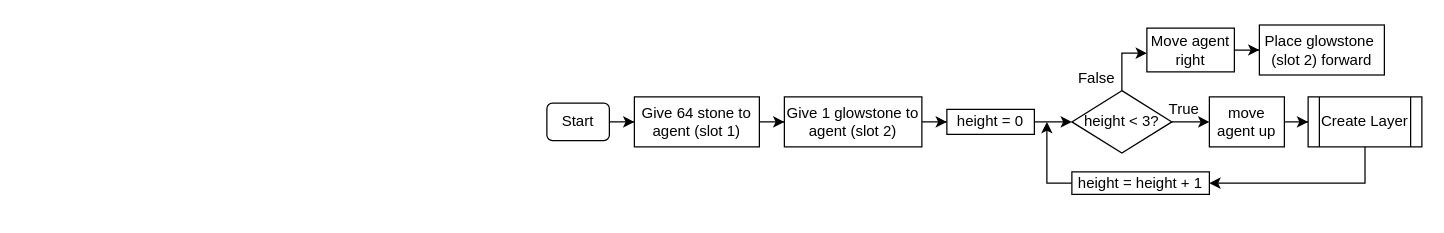
CausewayDigital/Minecraft-EE-MakeCode keeps this draw.io diagram as tutorials/python-islands/island-7/tower_builder/flowchart-landscape.drawio. Above is the earlier version. Source tidied: cells renumbered, new cells numbered last; positions are measured from the earlier drawing's top-left corner, leaving out a move shared by most shapes. Both pictures are drawn from the tidied source at 125%, with x=0, y=0 at pixel (546, 24).
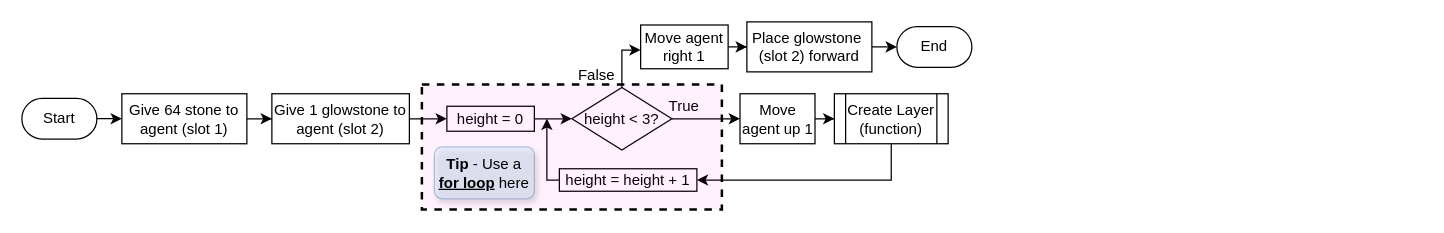
The same page after the edit.

What changed in the source:
```diff
@@
-    <mxCell id="2" style="edgeStyle=orthogonalEdgeStyle;rounded=0;jettySize=auto;html=1;" parent="1" edge="1" source="3" target="5">
-      <mxGeometry relative="1" as="geometry" />
-    </mxCell>
-    <mxCell id="3" value="Start" style="rounded=1;whiteSpace=wrap;html=1;" parent="1" vertex="1">
-      <mxGeometry y="63" width="50" height="30" as="geometry" />
-    </mxCell>
@@
     <mxCell id="5" value="Give 64 stone to agent (slot 1)" style="rounded=0;whiteSpace=wrap;html=1;" parent="1" vertex="1">
-      <mxGeometry x="70" y="58" width="100" height="40" as="geometry" />
+      <mxGeometry x="-340" y="55.5" width="100" height="40" as="geometry" />
     </mxCell>
@@
     <mxCell id="7" value="Give 1 glowstone to agent (slot 2)" style="rounded=0;whiteSpace=wrap;html=1;" parent="1" vertex="1">
-      <mxGeometry x="190" y="58" width="110" height="40" as="geometry" />
+      <mxGeometry x="-220" y="55.5" width="110" height="40" as="geometry" />
     </mxCell>
@@
     <mxCell id="9" value="height = 0" style="rounded=0;whiteSpace=wrap;html=1;" parent="1" vertex="1">
-      <mxGeometry x="320" y="68" width="70" height="20" as="geometry" />
+      <mxGeometry x="-80" y="65.5" width="70" height="20" as="geometry" />
     </mxCell>
@@
     <mxCell id="11" style="edgeStyle=orthogonalEdgeStyle;rounded=0;jettySize=auto;html=1;" parent="1" edge="1" source="12" target="20">
       <mxGeometry relative="1" as="geometry">
         <Array as="points">
-          <mxPoint x="460" y="23" />
+          <mxPoint x="60" y="20.5" />
         </Array>
       </mxGeometry>
     </mxCell>
     <mxCell id="12" value="height &amp;lt; 3?" style="rhombus;whiteSpace=wrap;html=1;" parent="1" vertex="1">
-      <mxGeometry x="420" y="53" width="80" height="50" as="geometry" />
+      <mxGeometry x="20" y="50.5" width="80" height="50" as="geometry" />
     </mxCell>
     <mxCell id="13" style="edgeStyle=orthogonalEdgeStyle;rounded=0;jettySize=auto;html=1;" parent="1" edge="1" source="14">
       <mxGeometry relative="1" as="geometry">
-        <mxPoint x="400" y="78" as="targetPoint" />
+        <mxPoint y="75.5" as="targetPoint" />
+        <Array as="points">
+          <mxPoint y="125" />
+        </Array>
       </mxGeometry>
     </mxCell>
     <mxCell id="14" value="height = height + 1" style="rounded=0;whiteSpace=wrap;html=1;" parent="1" vertex="1">
-      <mxGeometry x="420" y="118" width="110" height="18" as="geometry" />
+      <mxGeometry x="10" y="115.5" width="110" height="18" as="geometry" />
     </mxCell>
     <mxCell id="15" value="False" style="text;html=1;strokeColor=none;fillColor=none;align=center;verticalAlign=middle;whiteSpace=wrap;rounded=0;" parent="1" vertex="1">
-      <mxGeometry x="420" y="33" width="40" height="20" as="geometry" />
+      <mxGeometry x="20" y="30.5" width="40" height="20" as="geometry" />
     </mxCell>
@@
-    <mxCell id="18" value="move agent up" style="rounded=0;whiteSpace=wrap;html=1;" parent="1" vertex="1">
-      <mxGeometry x="530" y="58" width="60" height="40" as="geometry" />
+    <mxCell id="18" value="Move agent up 1" style="rounded=0;whiteSpace=wrap;html=1;" parent="1" vertex="1">
+      <mxGeometry x="154.5" y="55.5" width="60" height="40" as="geometry" />
     </mxCell>
@@
-    <mxCell id="20" value="Move agent right" style="rounded=0;whiteSpace=wrap;html=1;" parent="1" vertex="1">
-      <mxGeometry x="480" y="3" width="70" height="35" as="geometry" />
+    <mxCell id="20" value="Move agent right 1" style="rounded=0;whiteSpace=wrap;html=1;" parent="1" vertex="1">
+      <mxGeometry x="75" y="0.5" width="70" height="35" as="geometry" />
     </mxCell>
     <mxCell id="21" value="&lt;div&gt;Place glowstone&amp;nbsp;&lt;/div&gt;&lt;div&gt;(slot 2) forward&lt;/div&gt;" style="rounded=0;whiteSpace=wrap;html=1;" parent="1" vertex="1">
-      <mxGeometry x="570" y="0.5" width="100" height="40" as="geometry" />
+      <mxGeometry x="160" y="-2" width="100" height="40" as="geometry" />
     </mxCell>
     <mxCell id="22" value="True" style="text;html=1;strokeColor=none;fillColor=none;align=center;verticalAlign=middle;whiteSpace=wrap;rounded=0;" parent="1" vertex="1">
-      <mxGeometry x="490" y="58" width="40" height="20" as="geometry" />
+      <mxGeometry x="90" y="55.5" width="40" height="20" as="geometry" />
     </mxCell>
     <mxCell id="23" style="edgeStyle=orthogonalEdgeStyle;rounded=0;jettySize=auto;html=1;entryX=1;entryY=0.5;entryDx=0;entryDy=0;" parent="1" edge="1" source="24" target="14">
       <mxGeometry relative="1" as="geometry">
         <Array as="points">
-          <mxPoint x="655" y="127" />
+          <mxPoint x="276" y="125" />
         </Array>
       </mxGeometry>
     </mxCell>
-    <mxCell id="24" value="Create Layer" style="shape=process;whiteSpace=wrap;html=1;backgroundOutline=1;" parent="1" vertex="1">
-      <mxGeometry x="609" y="58" width="91" height="40" as="geometry" />
+    <mxCell id="24" value="Create Layer&lt;br&gt;(function)" style="shape=process;whiteSpace=wrap;html=1;backgroundOutline=1;" parent="1" vertex="1">
+      <mxGeometry x="230" y="55.5" width="91" height="40" as="geometry" />
     </mxCell>
+    <mxCell id="25" value="End" style="html=1;dashed=0;whiteSpace=wrap;shape=mxgraph.dfd.start;" parent="1" vertex="1">
+      <mxGeometry x="280" y="1.8" width="60" height="32.5" as="geometry" />
+    </mxCell>
+    <mxCell id="26" style="edgeStyle=orthogonalEdgeStyle;rounded=0;jettySize=auto;html=1;exitX=1;exitY=0.5;exitDx=0;exitDy=0;entryX=0;entryY=0.5;entryDx=0;entryDy=0;entryPerimeter=0;" parent="1" edge="1" source="21" target="25">
+      <mxGeometry relative="1" as="geometry" />
+    </mxCell>
+    <mxCell id="2" style="edgeStyle=orthogonalEdgeStyle;rounded=0;jettySize=auto;html=1;exitX=1;exitY=0.5;exitDx=0;exitDy=0;exitPerimeter=0;entryX=0;entryY=0.5;entryDx=0;entryDy=0;" parent="1" edge="1" source="3" target="5">
+      <mxGeometry relative="1" as="geometry" />
+    </mxCell>
+    <mxCell id="3" value="Start" style="html=1;dashed=0;whiteSpace=wrap;shape=mxgraph.dfd.start;" parent="1" vertex="1">
+      <mxGeometry x="-420" y="59.2" width="60" height="32.5" as="geometry" />
+    </mxCell>
+    <mxCell id="27" parent="0" />
+    <mxCell id="28" style="rounded=0;whiteSpace=wrap;html=1;fillColor=light-dark(#FB0FFF0D,#EDEDED0D);strokeColor=#000000;strokeWidth=2;dashed=1;perimeterSpacing=0;" parent="27" vertex="1">
+      <mxGeometry x="-100" y="48" width="240" height="100" as="geometry" />
+    </mxCell>
+    <mxCell id="29" value="&lt;b&gt;Tip &lt;/b&gt;- Use a &lt;b&gt;&lt;u&gt;for loop&lt;/u&gt;&lt;/b&gt; here" style="text;html=1;whiteSpace=wrap;strokeColor=#6c8ebf;fillColor=#dae8fc;align=center;verticalAlign=middle;rounded=1;glass=0;shadow=1;opacity=50;" parent="27" vertex="1">
+      <mxGeometry x="-90" y="98" width="80" height="41.5" as="geometry" />
+    </mxCell>
```
